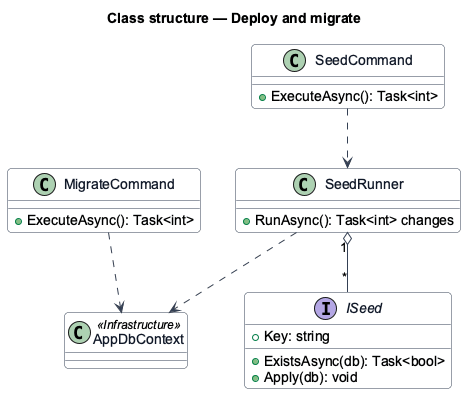
This is docs/detailed-designs/operations/deploy-and-migrate/diagrams/class.png from QuinntyneBrown/christian-fitness, a PlantUML export, as it was before one commit.
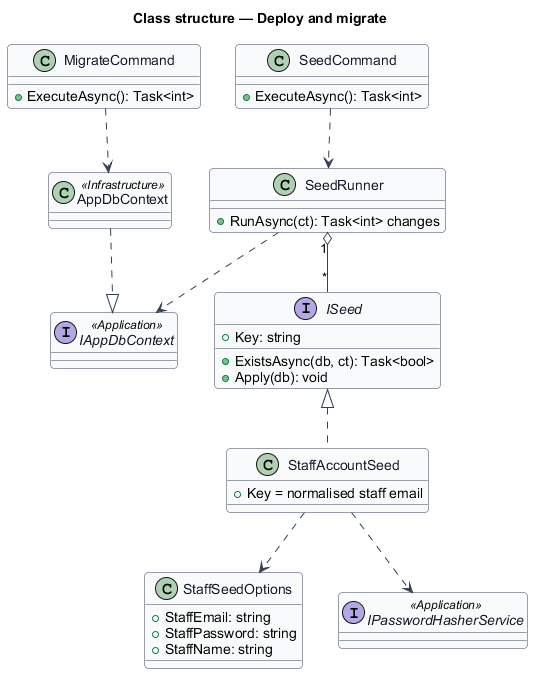
After the change.

Change to the diagram source:
```diff
@@ -18,16 +18,30 @@
   +ExecuteAsync(): Task<int>
 }
 class SeedRunner {
-  +RunAsync(): Task<int> changes
+  +RunAsync(ct): Task<int> changes
 }
+class StaffAccountSeed {
+  +Key = normalised staff email
+}
+class StaffSeedOptions {
+  +StaffEmail: string
+  +StaffPassword: string
+  +StaffName: string
+}
+interface IAppDbContext <<Application>>
+interface IPasswordHasherService <<Application>>
 interface ISeed {
   +Key: string
-  +ExistsAsync(db): Task<bool>
+  +ExistsAsync(db, ct): Task<bool>
   +Apply(db): void
 }
 class AppDbContext <<Infrastructure>>
+AppDbContext ..|> IAppDbContext
+ISeed <|.. StaffAccountSeed
+StaffAccountSeed ..> StaffSeedOptions
+StaffAccountSeed ..> IPasswordHasherService
 MigrateCommand ..> AppDbContext
 SeedCommand ..> SeedRunner
 SeedRunner "1" o-- "*" ISeed
-SeedRunner ..> AppDbContext
+SeedRunner ..> IAppDbContext
 @enduml
```
